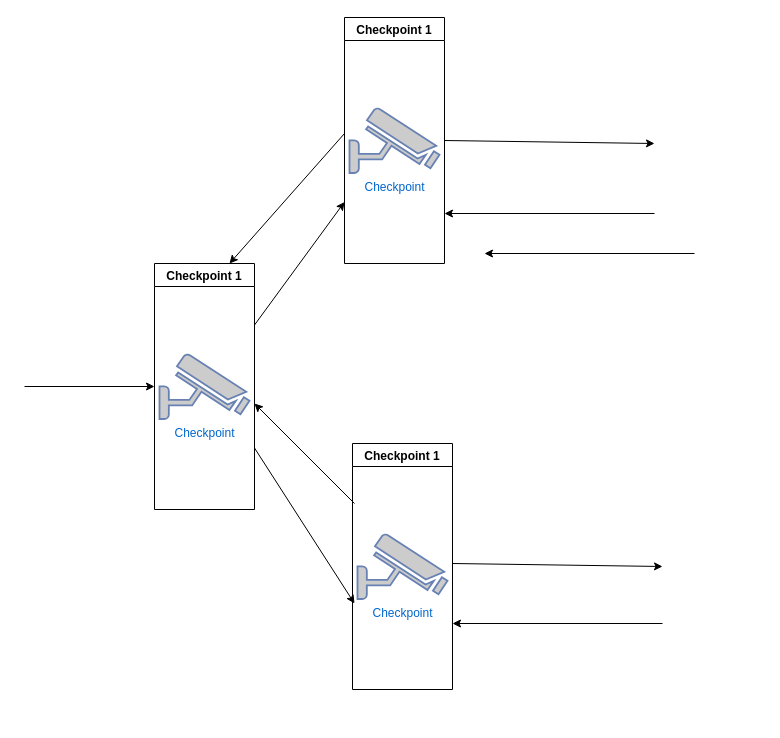
This is page "Layout" (3 of 9) of Documentation/infrastructure.drawio from jimmylevell/crowd-overview, a draw.io file, before an edit. Source tidied: cells renumbered, new cells numbered last; positions are measured from the earlier drawing's top-left corner, leaving out a move shared by most shapes. Both pictures are drawn from the tidied source at 100%, with x=0, y=0 at pixel (24, 17).
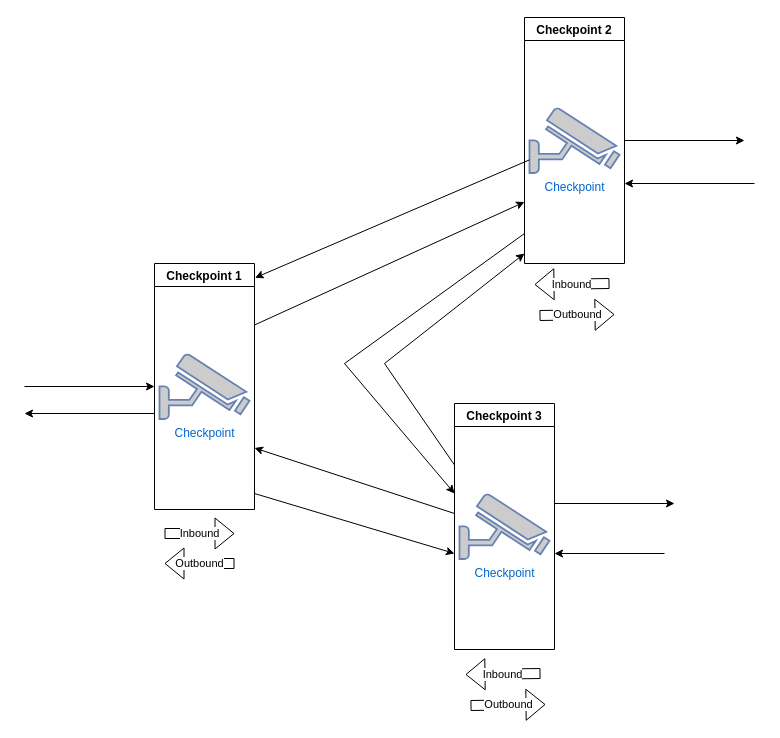
After the change.

The change refers to these unchanged cells:
```xml
<mxCell id="2" value="Checkpoint 1" style="swimlane;" parent="1" vertex="1">
  <mxGeometry x="130" y="246" width="100" height="246" as="geometry" />
</mxCell>
<mxCell id="5" value="Checkpoint" style="fontColor=#0066CC;verticalAlign=top;verticalLabelPosition=bottom;labelPosition=center;align=center;html=1;outlineConnect=0;fillColor=#CCCCCC;strokeColor=#6881B3;gradientColor=none;gradientDirection=north;strokeWidth=2;shape=mxgraph.networks.security_camera;" parent="4" vertex="1">
  <mxGeometry x="5" y="90.5" width="90" height="65" as="geometry" />
</mxCell>
```

Diff of the diagram source:
```diff
@@
-    <mxCell id="4" value="Checkpoint 1" style="swimlane;" parent="1" vertex="1">
-      <mxGeometry x="320" width="100" height="246" as="geometry" />
+    <mxCell id="4" value="Checkpoint 2" style="swimlane;" parent="1" vertex="1">
+      <mxGeometry x="500" width="100" height="246" as="geometry" />
     </mxCell>
@@
-    <mxCell id="6" value="Checkpoint 1" style="swimlane;" parent="1" vertex="1">
-      <mxGeometry x="328" y="426" width="100" height="246" as="geometry" />
+    <mxCell id="6" value="Checkpoint 3" style="swimlane;" parent="1" vertex="1">
+      <mxGeometry x="430" y="386" width="100" height="246" as="geometry" />
     </mxCell>
@@
-    <mxCell id="8" style="endArrow=classic;html=1;rounded=0;exitX=1;exitY=0.75;exitDx=0;exitDy=0;" parent="1" edge="1" source="2">
+    <mxCell id="8" style="endArrow=classic;html=1;rounded=0;" parent="1" edge="1">
       <mxGeometry relative="1" as="geometry">
-        <mxPoint x="330" y="586" as="targetPoint" />
+        <mxPoint x="230" y="476" as="sourcePoint" />
+        <mxPoint x="430" y="536" as="targetPoint" />
       </mxGeometry>
     </mxCell>
@@
     <mxCell id="11" style="endArrow=classic;html=1;rounded=0;exitX=1;exitY=0.5;exitDx=0;exitDy=0;" parent="1" edge="1" source="4">
       <mxGeometry relative="1" as="geometry">
-        <mxPoint x="630" y="126" as="targetPoint" />
+        <mxPoint x="720" y="123" as="targetPoint" />
       </mxGeometry>
     </mxCell>
-    <mxCell id="12" style="endArrow=classic;html=1;rounded=0;exitX=1;exitY=0.5;exitDx=0;exitDy=0;" parent="1" edge="1">
+    <mxCell id="12" style="endArrow=classic;html=1;rounded=0;" parent="1" edge="1">
       <mxGeometry relative="1" as="geometry">
-        <mxPoint x="428" y="546" as="sourcePoint" />
-        <mxPoint x="638" y="549" as="targetPoint" />
+        <mxPoint x="530" y="486" as="sourcePoint" />
+        <mxPoint x="650" y="486" as="targetPoint" />
       </mxGeometry>
     </mxCell>
     <mxCell id="13" style="endArrow=classic;html=1;rounded=0;" parent="1" edge="1">
       <mxGeometry relative="1" as="geometry">
-        <mxPoint x="630" y="196" as="sourcePoint" />
-        <mxPoint x="420" y="196" as="targetPoint" />
+        <mxPoint x="730" y="166" as="sourcePoint" />
+        <mxPoint x="600" y="166" as="targetPoint" />
       </mxGeometry>
     </mxCell>
     <mxCell id="14" style="endArrow=classic;html=1;rounded=0;" parent="1" edge="1">
       <mxGeometry relative="1" as="geometry">
-        <mxPoint x="638" y="606" as="sourcePoint" />
-        <mxPoint x="428" y="606" as="targetPoint" />
+        <mxPoint x="640" y="536" as="sourcePoint" />
+        <mxPoint x="530" y="536" as="targetPoint" />
       </mxGeometry>
     </mxCell>
-    <mxCell id="15" style="endArrow=classic;html=1;rounded=0;entryX=0.75;entryY=0;entryDx=0;entryDy=0;" parent="1" edge="1" target="2">
-      <mxGeometry relative="1" as="geometry">
-        <mxPoint x="320" y="116" as="sourcePoint" />
-      </mxGeometry>
+    <mxCell id="15" style="endArrow=classic;html=1;rounded=0;entryX=1.006;entryY=0.058;entryDx=0;entryDy=0;entryPerimeter=0;" parent="1" edge="1" source="5" target="2">
+      <mxGeometry relative="1" as="geometry" />
     </mxCell>
-    <mxCell id="16" style="endArrow=classic;html=1;rounded=0;" parent="1" edge="1">
+    <mxCell id="16" style="endArrow=classic;html=1;rounded=0;entryX=1;entryY=0.75;entryDx=0;entryDy=0;" parent="1" edge="1" target="2">
       <mxGeometry relative="1" as="geometry">
-        <mxPoint x="330" y="486" as="sourcePoint" />
-        <mxPoint x="230" y="386" as="targetPoint" />
+        <mxPoint x="430" y="496" as="sourcePoint" />
       </mxGeometry>
     </mxCell>
     <mxCell id="17" style="endArrow=classic;html=1;rounded=0;" parent="1" edge="1">
       <mxGeometry relative="1" as="geometry">
-        <mxPoint x="670" y="236" as="sourcePoint" />
-        <mxPoint x="460" y="236" as="targetPoint" />
+        <mxPoint x="130" y="396" as="sourcePoint" />
+        <mxPoint y="396" as="targetPoint" />
       </mxGeometry>
     </mxCell>
+    <mxCell id="18" style="endArrow=classic;html=1;rounded=0;" parent="1" edge="1">
+      <mxGeometry relative="1" as="geometry">
+        <mxPoint x="500" y="216" as="sourcePoint" />
+        <mxPoint x="430" y="476" as="targetPoint" />
+        <Array as="points">
+          <mxPoint x="320" y="346" />
+        </Array>
+      </mxGeometry>
+    </mxCell>
+    <mxCell id="19" style="endArrow=classic;html=1;rounded=0;exitX=0;exitY=0.25;exitDx=0;exitDy=0;" parent="1" edge="1" source="6">
+      <mxGeometry relative="1" as="geometry">
+        <mxPoint x="500" y="236" as="targetPoint" />
+        <Array as="points">
+          <mxPoint x="360" y="346" />
+        </Array>
+      </mxGeometry>
+    </mxCell>
+    <mxCell id="20" value="Inbound" style="shape=flexArrow;endArrow=classic;html=1;rounded=0;" parent="1" edge="1">
+      <mxGeometry relative="1" as="geometry">
+        <mxPoint x="140" y="516" as="sourcePoint" />
+        <mxPoint x="210" y="516" as="targetPoint" />
+      </mxGeometry>
+    </mxCell>
+    <mxCell id="21" value="Outbound" style="shape=flexArrow;endArrow=classic;html=1;rounded=0;" parent="1" edge="1">
+      <mxGeometry relative="1" as="geometry">
+        <mxPoint x="210" y="546" as="sourcePoint" />
+        <mxPoint x="140" y="546" as="targetPoint" />
+      </mxGeometry>
+    </mxCell>
+    <mxCell id="22" value="Inbound" style="shape=flexArrow;endArrow=classic;html=1;rounded=0;" parent="1" edge="1">
+      <mxGeometry relative="1" as="geometry">
+        <mxPoint x="516" y="656" as="sourcePoint" />
+        <mxPoint x="441" y="657" as="targetPoint" />
+      </mxGeometry>
+    </mxCell>
+    <mxCell id="23" value="Outbound" style="shape=flexArrow;endArrow=classic;html=1;rounded=0;" parent="1" edge="1">
+      <mxGeometry relative="1" as="geometry">
+        <mxPoint x="446" y="688" as="sourcePoint" />
+        <mxPoint x="521" y="687" as="targetPoint" />
+      </mxGeometry>
+    </mxCell>
+    <mxCell id="24" value="Inbound" style="shape=flexArrow;endArrow=classic;html=1;rounded=0;" parent="1" edge="1">
+      <mxGeometry relative="1" as="geometry">
+        <mxPoint x="585" y="266" as="sourcePoint" />
+        <mxPoint x="510" y="267" as="targetPoint" />
+      </mxGeometry>
+    </mxCell>
+    <mxCell id="25" value="Outbound" style="shape=flexArrow;endArrow=classic;html=1;rounded=0;" parent="1" edge="1">
+      <mxGeometry relative="1" as="geometry">
+        <mxPoint x="515" y="298" as="sourcePoint" />
+        <mxPoint x="590" y="297" as="targetPoint" />
+      </mxGeometry>
+    </mxCell>
```
